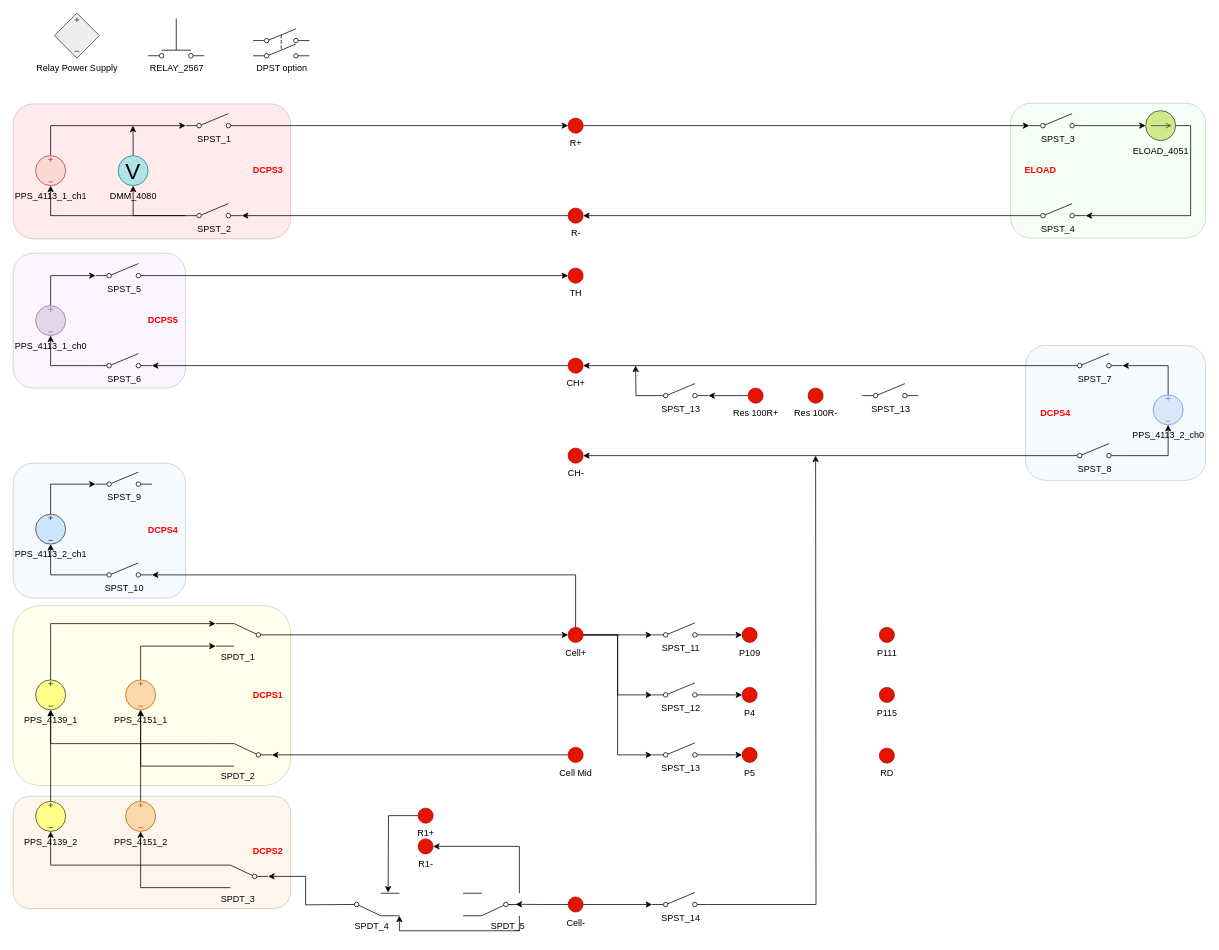
Before: BMS_device_B.drawio in ktlim-xy/draw-io, a draw.io diagram. Source tidied: cells renumbered, new cells numbered last; positions are measured from the earlier drawing's top-left corner, leaving out a move shared by most shapes. Both pictures are drawn from the tidied source at 75%, with x=0, y=0 at pixel (13, 13).
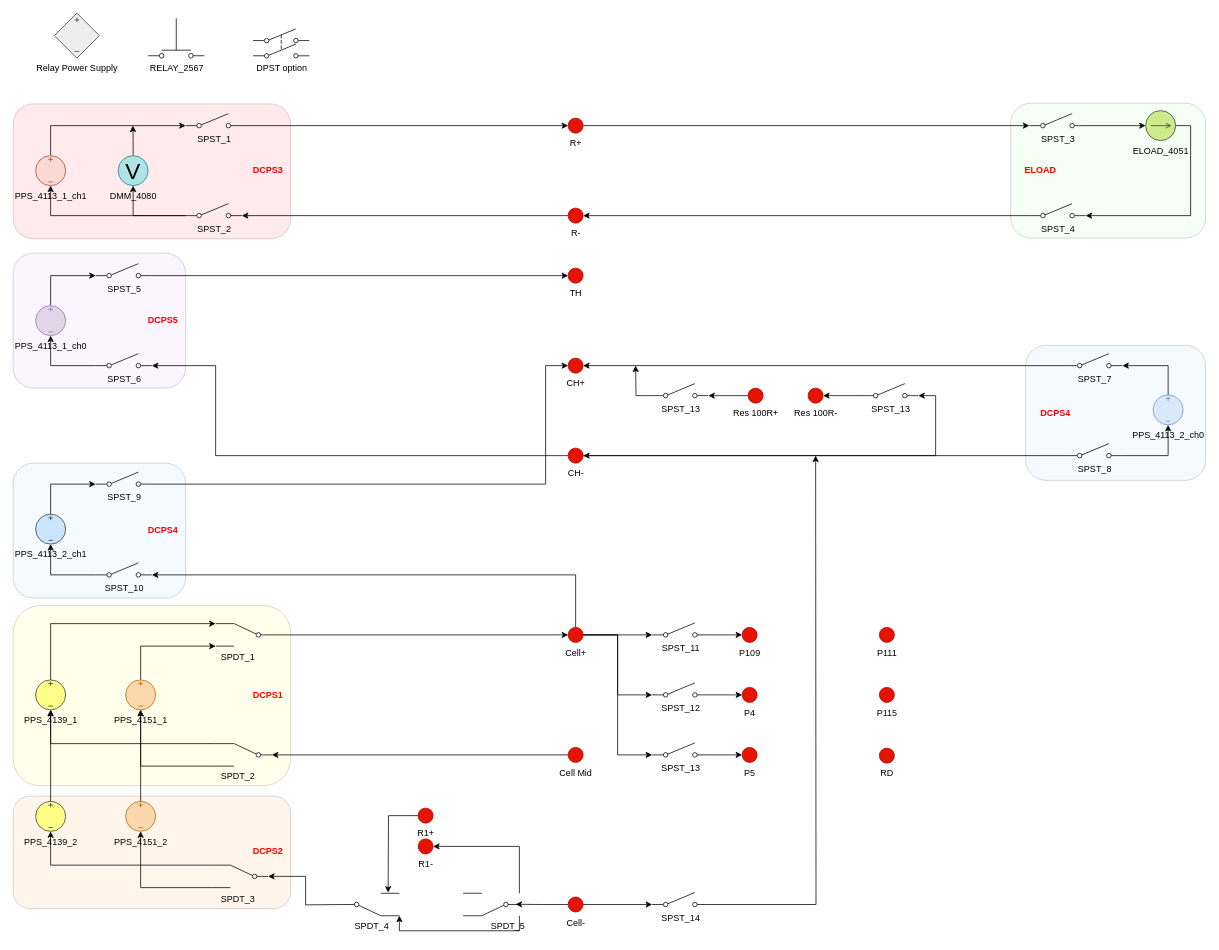
The same diagram, later.

Unchanged cells that the change refers to:
```xml
<mxCell id="29" value="CH+" style="verticalLabelPosition=bottom;shadow=0;dashed=0;align=center;html=1;verticalAlign=top;strokeWidth=1;shape=ellipse;perimeter=ellipsePerimeter;fillColor=#e51400;fontColor=light-dark(#000000,#FF0000);strokeColor=#B20000;" parent="1" vertex="1">
  <mxGeometry x="740" y="460" width="20" height="20" as="geometry" />
</mxCell>
<mxCell id="30" value="CH-" style="verticalLabelPosition=bottom;shadow=0;dashed=0;align=center;html=1;verticalAlign=top;strokeWidth=1;shape=ellipse;perimeter=ellipsePerimeter;fillColor=#e51400;fontColor=light-dark(#000000,#FF0000);strokeColor=#B20000;" parent="1" vertex="1">
  <mxGeometry x="740" y="580" width="20" height="20" as="geometry" />
</mxCell>
<mxCell id="38" value="SPST_9" style="html=1;shape=mxgraph.electrical.electro-mechanical.singleSwitch;elSwitchState=off;verticalAlign=top;labelPosition=center;verticalLabelPosition=bottom;align=center;" parent="1" vertex="1">
  <mxGeometry x="110" y="612" width="75" height="20" as="geometry" />
</mxCell>
<mxCell id="48" value="SPST_6" style="html=1;shape=mxgraph.electrical.electro-mechanical.singleSwitch;elSwitchState=off;verticalAlign=top;labelPosition=center;verticalLabelPosition=bottom;align=center;" parent="1" vertex="1">
  <mxGeometry x="110" y="454" width="75" height="20" as="geometry" />
</mxCell>
<mxCell id="117" value="Res 100R-" style="verticalLabelPosition=bottom;shadow=0;dashed=0;align=center;html=1;verticalAlign=top;strokeWidth=1;shape=ellipse;perimeter=ellipsePerimeter;fillColor=#e51400;fontColor=light-dark(#000000,#FF0000);strokeColor=#B20000;" parent="1" vertex="1">
  <mxGeometry x="1060" y="500" width="20" height="20" as="geometry" />
</mxCell>
<mxCell id="118" value="SPST_13" style="html=1;shape=mxgraph.electrical.electro-mechanical.singleSwitch;elSwitchState=off;labelPosition=center;verticalLabelPosition=bottom;align=center;verticalAlign=top;" parent="1" vertex="1">
  <mxGeometry x="1132" y="494" width="75" height="20" as="geometry" />
</mxCell>
```

Diff of the diagram source:
```diff
@@
-    <mxCell id="28" style="edgeStyle=orthogonalEdgeStyle;rounded=0;jettySize=auto;html=1;entryX=1;entryY=0.8;entryDx=0;entryDy=0;" parent="1" edge="1" source="29" target="48">
-      <mxGeometry relative="1" as="geometry" />
-    </mxCell>
@@
+    <mxCell id="119" style="edgeStyle=orthogonalEdgeStyle;rounded=0;jettySize=auto;html=1;exitX=0;exitY=0.5;exitDx=0;exitDy=0;entryX=1;entryY=0.8;entryDx=0;entryDy=0;" parent="1" edge="1" source="30" target="48">
+      <mxGeometry relative="1" as="geometry">
+        <Array as="points">
+          <mxPoint x="270" y="590" />
+          <mxPoint x="270" y="470" />
+        </Array>
+      </mxGeometry>
+    </mxCell>
+    <mxCell id="120" style="edgeStyle=orthogonalEdgeStyle;rounded=0;jettySize=auto;html=1;exitX=1;exitY=0.5;exitDx=0;exitDy=0;entryX=1;entryY=0.8;entryDx=0;entryDy=0;" parent="1" edge="1" source="30" target="118">
+      <mxGeometry relative="1" as="geometry">
+        <Array as="points">
+          <mxPoint x="1230" y="590" />
+          <mxPoint x="1230" y="510" />
+        </Array>
+      </mxGeometry>
+    </mxCell>
@@
+    <mxCell id="121" style="edgeStyle=orthogonalEdgeStyle;rounded=0;jettySize=auto;html=1;exitX=1;exitY=0.8;exitDx=0;exitDy=0;entryX=0;entryY=0.5;entryDx=0;entryDy=0;" parent="1" edge="1" source="38" target="29">
+      <mxGeometry relative="1" as="geometry">
+        <Array as="points">
+          <mxPoint x="710" y="628" />
+          <mxPoint x="710" y="470" />
+        </Array>
+      </mxGeometry>
+    </mxCell>
@@
+    <mxCell id="122" style="edgeStyle=orthogonalEdgeStyle;rounded=0;jettySize=auto;html=1;exitX=0;exitY=0.8;exitDx=0;exitDy=0;entryX=1;entryY=0.5;entryDx=0;entryDy=0;" parent="1" edge="1" source="118" target="117">
+      <mxGeometry relative="1" as="geometry" />
+    </mxCell>
```
